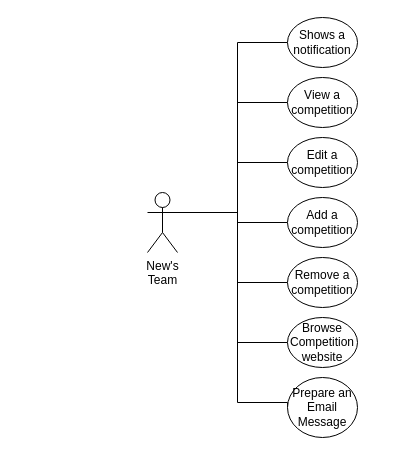
Before: docs/Use case Diagram.drawio in AbdullahAXR/Competition-tracker, a draw.io diagram. Source tidied: cells renumbered, new cells numbered last; positions are measured from the earlier drawing's top-left corner, leaving out a move shared by most shapes. Both pictures are drawn from the tidied source at 100%, with x=0, y=0 at pixel (147, 17).
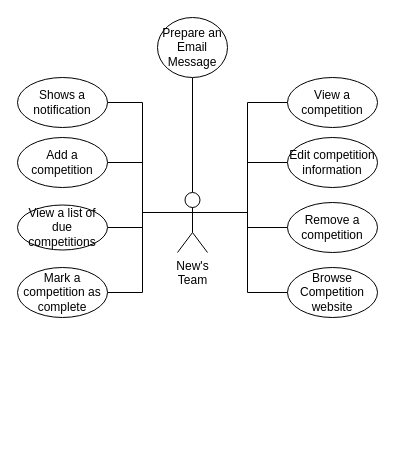
The same page after the edit.

Commit message (it also covers changes not shown here):
I added some actions(Use cases) & upload a jpg.

The edit, as a diff of the source:
```diff
@@
-    <mxCell id="2" style="edgeStyle=orthogonalEdgeStyle;rounded=0;jettySize=auto;html=1;exitX=1;exitY=0.3333333333333333;exitDx=0;exitDy=0;exitPerimeter=0;entryX=0;entryY=0.5;entryDx=0;entryDy=0;endArrow=none;endFill=0;" parent="1" edge="1" source="3" target="4">
-      <mxGeometry relative="1" as="geometry">
-        <Array as="points">
-          <mxPoint x="90" y="195" />
-          <mxPoint x="90" y="25" />
-        </Array>
-      </mxGeometry>
+    <mxCell id="2" style="edgeStyle=orthogonalEdgeStyle;rounded=0;jettySize=auto;html=1;exitX=0;exitY=0.3333333333333333;exitDx=0;exitDy=0;exitPerimeter=0;entryX=1;entryY=0.5;entryDx=0;entryDy=0;endArrow=none;endFill=0;" parent="1" edge="1" source="3" target="4">
+      <mxGeometry relative="1" as="geometry" />
     </mxCell>
+    <mxCell id="17" style="edgeStyle=orthogonalEdgeStyle;rounded=0;jettySize=auto;html=1;exitX=0;exitY=0.3333333333333333;exitDx=0;exitDy=0;exitPerimeter=0;entryX=1;entryY=0.5;entryDx=0;entryDy=0;endArrow=none;endFill=0;" parent="1" edge="1" source="3" target="8">
+      <mxGeometry relative="1" as="geometry" />
+    </mxCell>
+    <mxCell id="18" style="edgeStyle=orthogonalEdgeStyle;rounded=0;jettySize=auto;html=1;exitX=0;exitY=0.3333333333333333;exitDx=0;exitDy=0;exitPerimeter=0;entryX=1;entryY=0.5;entryDx=0;entryDy=0;endArrow=none;endFill=0;" parent="1" edge="1" source="3" target="21">
+      <mxGeometry relative="1" as="geometry" />
+    </mxCell>
+    <mxCell id="19" style="edgeStyle=orthogonalEdgeStyle;rounded=0;jettySize=auto;html=1;exitX=0;exitY=0.3333333333333333;exitDx=0;exitDy=0;exitPerimeter=0;entryX=1;entryY=0.5;entryDx=0;entryDy=0;fontSize=11;endArrow=none;endFill=0;" parent="1" edge="1" source="3" target="22">
+      <mxGeometry relative="1" as="geometry" />
+    </mxCell>
+    <mxCell id="20" style="edgeStyle=orthogonalEdgeStyle;rounded=0;jettySize=auto;html=1;exitX=0.5;exitY=0;exitDx=0;exitDy=0;exitPerimeter=0;entryX=0.5;entryY=1;entryDx=0;entryDy=0;fontSize=11;endArrow=none;endFill=0;" parent="1" edge="1" source="3" target="12">
+      <mxGeometry relative="1" as="geometry" />
+    </mxCell>
     <mxCell id="3" value="New's&lt;br&gt;Team" style="shape=umlActor;verticalLabelPosition=bottom;verticalAlign=top;html=1;outlineConnect=0;" parent="1" vertex="1">
-      <mxGeometry y="175" width="30" height="60" as="geometry" />
+      <mxGeometry x="30" y="175" width="30" height="60" as="geometry" />
     </mxCell>
     <mxCell id="4" value="Shows a notification" style="ellipse;whiteSpace=wrap;html=1;" parent="1" vertex="1">
-      <mxGeometry x="140" width="70" height="50" as="geometry" />
+      <mxGeometry x="-130" y="60" width="90" height="50" as="geometry" />
     </mxCell>
     <mxCell id="5" style="edgeStyle=orthogonalEdgeStyle;rounded=0;jettySize=auto;html=1;exitX=0;exitY=0.5;exitDx=0;exitDy=0;endArrow=none;endFill=0;entryX=1;entryY=0.3333333333333333;entryDx=0;entryDy=0;entryPerimeter=0;" parent="1" edge="1" source="6" target="3">
       <mxGeometry relative="1" as="geometry">
         <Array as="points">
-          <mxPoint x="90" y="145" />
-          <mxPoint x="90" y="195" />
+          <mxPoint x="100" y="145" />
+          <mxPoint x="100" y="195" />
         </Array>
       </mxGeometry>
     </mxCell>
-    <mxCell id="6" value="Edit a competition" style="ellipse;whiteSpace=wrap;html=1;" parent="1" vertex="1">
-      <mxGeometry x="140" y="120" width="70" height="50" as="geometry" />
+    <mxCell id="6" value="&lt;span style=&quot;font-family: &amp;#34;arial&amp;#34; , sans-serif&quot;&gt;Edit competition&lt;br&gt;information&lt;/span&gt;" style="ellipse;whiteSpace=wrap;html=1;" parent="1" vertex="1">
+      <mxGeometry x="140" y="120" width="90" height="50" as="geometry" />
     </mxCell>
-    <mxCell id="7" style="edgeStyle=orthogonalEdgeStyle;rounded=0;jettySize=auto;html=1;exitX=0;exitY=0.5;exitDx=0;exitDy=0;endArrow=none;endFill=0;entryX=1;entryY=0.3333333333333333;entryDx=0;entryDy=0;entryPerimeter=0;" parent="1" edge="1" source="8" target="3">
-      <mxGeometry relative="1" as="geometry">
-        <Array as="points">
-          <mxPoint x="90" y="205" />
-          <mxPoint x="90" y="195" />
-        </Array>
-      </mxGeometry>
-    </mxCell>
     <mxCell id="8" value="Add a competition" style="ellipse;whiteSpace=wrap;html=1;" parent="1" vertex="1">
-      <mxGeometry x="140" y="180" width="70" height="50" as="geometry" />
+      <mxGeometry x="-130" y="120" width="90" height="50" as="geometry" />
     </mxCell>
     <mxCell id="9" style="edgeStyle=orthogonalEdgeStyle;rounded=0;jettySize=auto;html=1;exitX=0;exitY=0.5;exitDx=0;exitDy=0;endArrow=none;endFill=0;entryX=1;entryY=0.3333333333333333;entryDx=0;entryDy=0;entryPerimeter=0;" parent="1" edge="1" source="10" target="3">
       <mxGeometry relative="1" as="geometry">
         <Array as="points">
-          <mxPoint x="90" y="325" />
-          <mxPoint x="90" y="195" />
+          <mxPoint x="100" y="275" />
+          <mxPoint x="100" y="195" />
         </Array>
       </mxGeometry>
     </mxCell>
     <mxCell id="10" value="Browse&lt;br&gt;Competition website" style="ellipse;whiteSpace=wrap;html=1;" parent="1" vertex="1">
-      <mxGeometry x="140" y="300" width="70" height="50" as="geometry" />
+      <mxGeometry x="140" y="250" width="90" height="50" as="geometry" />
     </mxCell>
-    <mxCell id="11" style="edgeStyle=orthogonalEdgeStyle;rounded=0;jettySize=auto;html=1;exitX=0;exitY=0.5;exitDx=0;exitDy=0;endArrow=none;endFill=0;entryX=1;entryY=0.3333333333333333;entryDx=0;entryDy=0;entryPerimeter=0;" parent="1" edge="1" source="12" target="3">
-      <mxGeometry relative="1" as="geometry">
-        <Array as="points">
-          <mxPoint x="90" y="385" />
-          <mxPoint x="90" y="195" />
-        </Array>
-      </mxGeometry>
-    </mxCell>
     <mxCell id="12" value="Prepare an Email Message" style="ellipse;whiteSpace=wrap;html=1;" parent="1" vertex="1">
-      <mxGeometry x="140" y="360" width="70" height="60" as="geometry" />
+      <mxGeometry x="10" width="70" height="60" as="geometry" />
     </mxCell>
     <mxCell id="13" style="edgeStyle=orthogonalEdgeStyle;rounded=0;jettySize=auto;html=1;exitX=0;exitY=0.5;exitDx=0;exitDy=0;endArrow=none;endFill=0;entryX=1;entryY=0.3333333333333333;entryDx=0;entryDy=0;entryPerimeter=0;" parent="1" edge="1" source="14" target="3">
       <mxGeometry relative="1" as="geometry">
         <Array as="points">
-          <mxPoint x="90" y="265" />
-          <mxPoint x="90" y="195" />
+          <mxPoint x="100" y="210" />
+          <mxPoint x="100" y="195" />
         </Array>
       </mxGeometry>
     </mxCell>
     <mxCell id="14" value="Remove a competition" style="ellipse;whiteSpace=wrap;html=1;" parent="1" vertex="1">
-      <mxGeometry x="140" y="240" width="70" height="50" as="geometry" />
+      <mxGeometry x="140" y="185" width="90" height="50" as="geometry" />
     </mxCell>
     <mxCell id="15" style="edgeStyle=orthogonalEdgeStyle;rounded=0;jettySize=auto;html=1;exitX=0;exitY=0.5;exitDx=0;exitDy=0;entryX=1;entryY=0.3333333333333333;entryDx=0;entryDy=0;entryPerimeter=0;endArrow=none;endFill=0;" parent="1" edge="1" source="16" target="3">
       <mxGeometry relative="1" as="geometry">
         <Array as="points">
-          <mxPoint x="90" y="85" />
-          <mxPoint x="90" y="195" />
+          <mxPoint x="100" y="85" />
+          <mxPoint x="100" y="195" />
         </Array>
       </mxGeometry>
     </mxCell>
     <mxCell id="16" value="View a competition" style="ellipse;whiteSpace=wrap;html=1;" parent="1" vertex="1">
-      <mxGeometry x="140" y="60" width="70" height="50" as="geometry" />
+      <mxGeometry x="140" y="60" width="90" height="50" as="geometry" />
     </mxCell>
+    <mxCell id="21" value="&lt;span style=&quot;font-family: &amp;#34;arial&amp;#34; , sans-serif&quot;&gt;View a list of due&lt;br&gt;competitions&lt;/span&gt;" style="ellipse;whiteSpace=wrap;html=1;" parent="1" vertex="1">
+      <mxGeometry x="-130" y="187.5" width="90" height="45" as="geometry" />
+    </mxCell>
+    <mxCell id="22" value="&lt;font style=&quot;font-size: 12px&quot;&gt;&lt;span style=&quot;font-family: &amp;#34;arial&amp;#34; , sans-serif&quot;&gt;Mark a competition as&lt;/span&gt;&lt;br style=&quot;font-family: &amp;#34;arial&amp;#34; , sans-serif&quot;&gt;&lt;span style=&quot;font-family: &amp;#34;arial&amp;#34; , sans-serif&quot;&gt;complete&lt;/span&gt;&lt;/font&gt;" style="ellipse;whiteSpace=wrap;html=1;" parent="1" vertex="1">
+      <mxGeometry x="-130" y="250" width="90" height="50" as="geometry" />
+    </mxCell>
```
